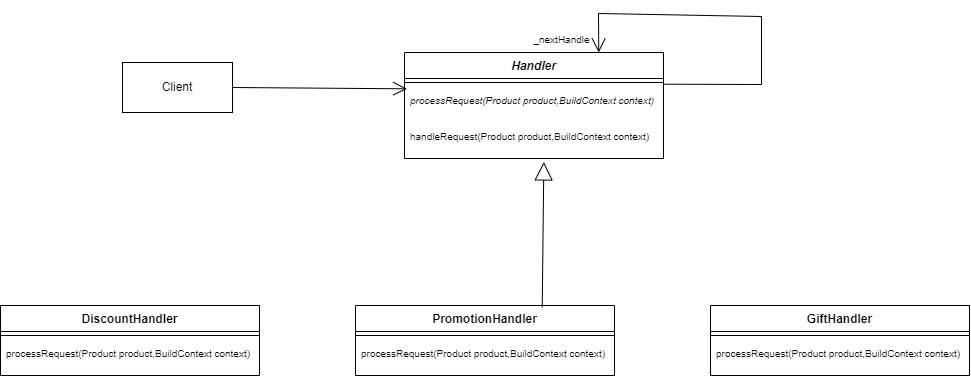
Before: diagram.drawio.png, a diagram exported from draw.io (xiangxiang3451/OOAP_03). Source tidied: cells renumbered, new cells last; positions are measured from the earlier drawing's top-left corner, leaving out a move shared by most shapes.
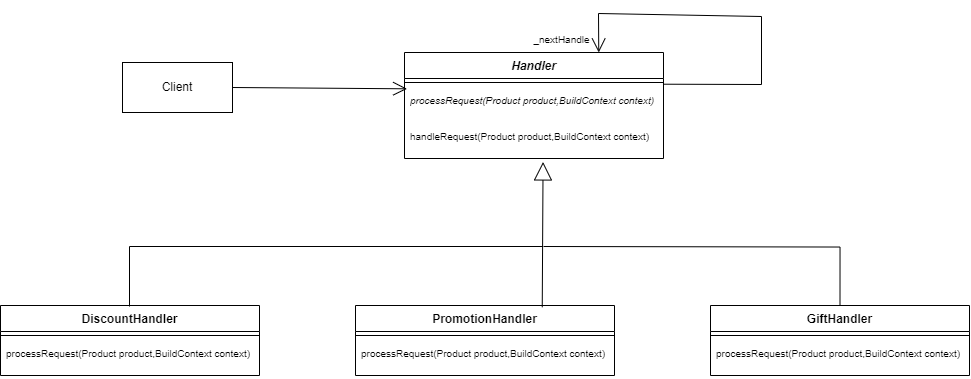
The same diagram one commit later.

Diff of the diagram source:
```diff
@@ -60,8 +60,22 @@
     <mxCell id="18" value="&lt;font style=&quot;font-size: 10px;&quot;&gt;processRequest(Product product,BuildContext context)&lt;/font&gt;" style="text;strokeColor=none;fillColor=none;align=left;verticalAlign=top;spacingLeft=4;spacingRight=4;overflow=hidden;whiteSpace=wrap;html=1;" parent="16" vertex="1">
       <mxGeometry y="34" width="259" height="36" as="geometry" />
     </mxCell>
-    <mxCell id="19" style="endArrow=block;endSize=16;endFill=0;html=1;rounded=0;fontSize=12;curved=1;entryX=0.538;entryY=1.096;entryDx=0;entryDy=0;entryPerimeter=0;exitX=0.721;exitY=0.025;exitDx=0;exitDy=0;exitPerimeter=0;" parent="1" edge="1" source="13" target="5">
+    <mxCell id="19" style="endArrow=block;endSize=16;endFill=0;html=1;rounded=0;fontSize=12;entryX=0.538;entryY=1.096;entryDx=0;entryDy=0;entryPerimeter=0;exitX=0.721;exitY=0.025;exitDx=0;exitDy=0;exitPerimeter=0;edgeStyle=elbowEdgeStyle;" parent="1" edge="1" source="13" target="5">
       <mxGeometry x="-0.11" y="47" relative="1" as="geometry" />
     </mxCell>
+    <mxCell id="20" style="endArrow=none;html=1;rounded=0;fontSize=12;startSize=8;endSize=8;entryX=0.5;entryY=0;entryDx=0;entryDy=0;edgeStyle=orthogonalEdgeStyle;" parent="1" edge="1" target="16">
+      <mxGeometry relative="1" as="geometry">
+        <mxPoint x="543" y="233" as="sourcePoint" />
+      </mxGeometry>
+    </mxCell>
+    <mxCell id="21" style="endArrow=none;html=1;rounded=0;fontSize=12;startSize=8;endSize=8;exitX=0.5;exitY=0;exitDx=0;exitDy=0;edgeStyle=elbowEdgeStyle;elbow=vertical;" parent="1" edge="1">
+      <mxGeometry relative="1" as="geometry">
+        <mxPoint x="129" y="293" as="sourcePoint" />
+        <mxPoint x="542.5" y="233" as="targetPoint" />
+        <Array as="points">
+          <mxPoint x="504.5" y="233" />
+        </Array>
+      </mxGeometry>
+    </mxCell>
   </root>
 </mxGraphModel>
```
